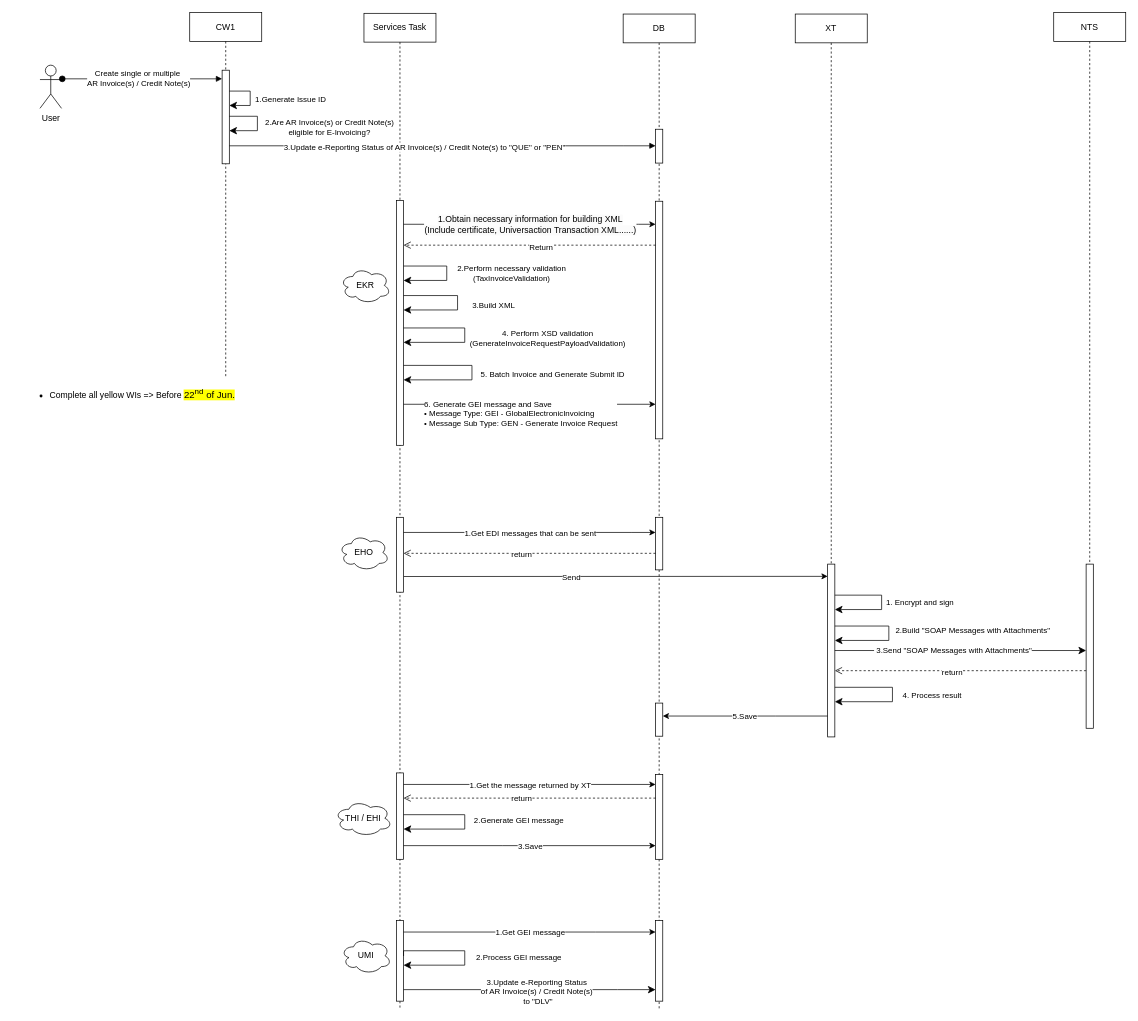
The draw.io diagram Step1.drawio in JingwenLi/MyTestProjects, before the edit. Source tidied: cells renumbered, new cells numbered last; positions are measured from the earlier drawing's top-left corner, leaving out a move shared by most shapes. Both pictures are drawn from the tidied source at 72%, with x=0, y=0 at pixel (12, 12).
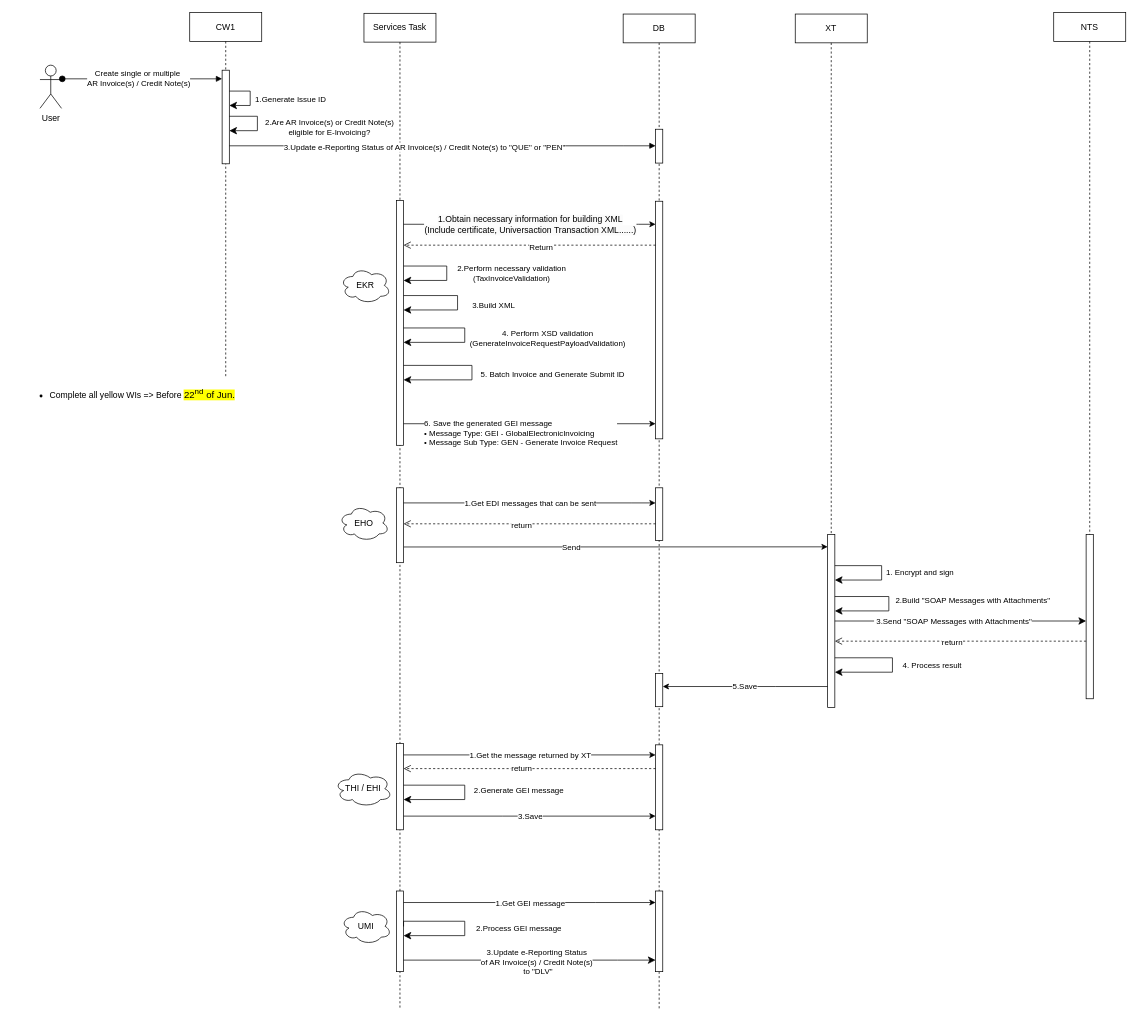
The same diagram, later.

Unchanged cells that the change refers to:
```xml
<mxCell id="4" value="Services Task" style="shape=umlLifeline;perimeter=lifelinePerimeter;whiteSpace=wrap;html=1;newEdgeStyle={&quot;edgeStyle&quot;:&quot;elbowEdgeStyle&quot;,&quot;elbow&quot;:&quot;vertical&quot;,&quot;curved&quot;:0,&quot;rounded&quot;:0};" parent="1" vertex="1">
  <mxGeometry x="488" y="1" width="100" height="1382" as="geometry" />
</mxCell>
<mxCell id="5" style="html=1;points=[];perimeter=orthogonalPerimeter;outlineConnect=0;targetShapes=umlLifeline;portConstraint=eastwest;newEdgeStyle={&quot;edgeStyle&quot;:&quot;elbowEdgeStyle&quot;,&quot;elbow&quot;:&quot;vertical&quot;,&quot;curved&quot;:0,&quot;rounded&quot;:0};" parent="4" vertex="1">
  <mxGeometry x="45" y="260" width="10" height="340" as="geometry" />
</mxCell>
<mxCell id="18" value="DB" style="shape=umlLifeline;perimeter=lifelinePerimeter;whiteSpace=wrap;html=1;newEdgeStyle={&quot;edgeStyle&quot;:&quot;elbowEdgeStyle&quot;,&quot;elbow&quot;:&quot;vertical&quot;,&quot;curved&quot;:0,&quot;rounded&quot;:0};" parent="1" vertex="1">
  <mxGeometry x="848" y="2" width="100" height="1381" as="geometry" />
</mxCell>
<mxCell id="24" style="html=1;points=[];perimeter=orthogonalPerimeter;outlineConnect=0;targetShapes=umlLifeline;portConstraint=eastwest;newEdgeStyle={&quot;edgeStyle&quot;:&quot;elbowEdgeStyle&quot;,&quot;elbow&quot;:&quot;vertical&quot;,&quot;curved&quot;:0,&quot;rounded&quot;:0};" parent="18" vertex="1">
  <mxGeometry x="45" y="260" width="10" height="330" as="geometry" />
</mxCell>
<mxCell id="25" value="NTS" style="shape=umlLifeline;perimeter=lifelinePerimeter;whiteSpace=wrap;html=1;newEdgeStyle={&quot;edgeStyle&quot;:&quot;elbowEdgeStyle&quot;,&quot;elbow&quot;:&quot;vertical&quot;,&quot;curved&quot;:0,&quot;rounded&quot;:0};" parent="1" vertex="1">
  <mxGeometry x="1446" width="100" height="830" as="geometry" />
</mxCell>
<mxCell id="27" value="XT" style="shape=umlLifeline;perimeter=lifelinePerimeter;whiteSpace=wrap;html=1;newEdgeStyle={&quot;edgeStyle&quot;:&quot;elbowEdgeStyle&quot;,&quot;elbow&quot;:&quot;vertical&quot;,&quot;curved&quot;:0,&quot;rounded&quot;:0};" parent="1" vertex="1">
  <mxGeometry x="1087" y="2" width="100" height="941" as="geometry" />
</mxCell>
```

Change to the diagram source:
```diff
@@
     <mxCell id="2" style="edgeStyle=elbowEdgeStyle;rounded=0;orthogonalLoop=1;jettySize=auto;html=1;elbow=vertical;curved=0;" parent="1" edge="1">
       <mxGeometry relative="1" as="geometry">
-        <mxPoint x="543" y="783.2" as="sourcePoint" />
-        <mxPoint x="1132" y="783.2" as="targetPoint" />
+        <mxPoint x="543" y="742.2" as="sourcePoint" />
+        <mxPoint x="1132" y="742.2" as="targetPoint" />
       </mxGeometry>
     </mxCell>
@@
     <mxCell id="6" style="html=1;points=[];perimeter=orthogonalPerimeter;outlineConnect=0;targetShapes=umlLifeline;portConstraint=eastwest;newEdgeStyle={&quot;edgeStyle&quot;:&quot;elbowEdgeStyle&quot;,&quot;elbow&quot;:&quot;vertical&quot;,&quot;curved&quot;:0,&quot;rounded&quot;:0};" parent="4" vertex="1">
-      <mxGeometry x="45" y="700" width="10" height="104" as="geometry" />
+      <mxGeometry x="45" y="659" width="10" height="104" as="geometry" />
     </mxCell>
     <mxCell id="7" style="html=1;points=[];perimeter=orthogonalPerimeter;outlineConnect=0;targetShapes=umlLifeline;portConstraint=eastwest;newEdgeStyle={&quot;edgeStyle&quot;:&quot;elbowEdgeStyle&quot;,&quot;elbow&quot;:&quot;vertical&quot;,&quot;curved&quot;:0,&quot;rounded&quot;:0};" parent="4" vertex="1">
-      <mxGeometry x="45" y="1055" width="10" height="120" as="geometry" />
+      <mxGeometry x="45" y="1014" width="10" height="120" as="geometry" />
     </mxCell>
     <mxCell id="8" style="html=1;points=[];perimeter=orthogonalPerimeter;outlineConnect=0;targetShapes=umlLifeline;portConstraint=eastwest;newEdgeStyle={&quot;edgeStyle&quot;:&quot;elbowEdgeStyle&quot;,&quot;elbow&quot;:&quot;vertical&quot;,&quot;curved&quot;:0,&quot;rounded&quot;:0};" parent="4" vertex="1">
-      <mxGeometry x="45" y="1260" width="10" height="112" as="geometry" />
+      <mxGeometry x="45" y="1219" width="10" height="112" as="geometry" />
     </mxCell>
@@
     <mxCell id="12" value="2.Process GEI message" style="edgeStyle=segmentEdgeStyle;endArrow=classic;html=1;curved=0;rounded=0;endSize=8;startSize=8;exitX=1;exitY=0.163;exitDx=0;exitDy=0;exitPerimeter=0;" parent="4" edge="1">
       <mxGeometry x="0.04" y="75" relative="1" as="geometry">
-        <mxPoint x="55" y="1309.3" as="sourcePoint" />
-        <mxPoint x="55" y="1322" as="targetPoint" />
+        <mxPoint x="55" y="1268.3" as="sourcePoint" />
+        <mxPoint x="55" y="1281" as="targetPoint" />
         <Array as="points">
-          <mxPoint x="140" y="1302" />
-          <mxPoint x="140" y="1322" />
+          <mxPoint x="140" y="1261" />
+          <mxPoint x="140" y="1281" />
         </Array>
         <mxPoint y="-1" as="offset" />
       </mxGeometry>
     </mxCell>
     <mxCell id="13" value="2.Generate GEI message" style="edgeStyle=segmentEdgeStyle;endArrow=classic;html=1;curved=0;rounded=0;endSize=8;startSize=8;" parent="4" edge="1">
       <mxGeometry x="-0.03" y="75" relative="1" as="geometry">
-        <mxPoint x="55" y="1113" as="sourcePoint" />
-        <mxPoint x="55" y="1133" as="targetPoint" />
+        <mxPoint x="55" y="1072" as="sourcePoint" />
+        <mxPoint x="55" y="1092" as="targetPoint" />
         <Array as="points">
-          <mxPoint x="140" y="1113" />
-          <mxPoint x="140" y="1133" />
+          <mxPoint x="140" y="1072" />
+          <mxPoint x="140" y="1092" />
         </Array>
         <mxPoint y="1" as="offset" />
       </mxGeometry>
     </mxCell>
@@
     <mxCell id="20" style="html=1;points=[];perimeter=orthogonalPerimeter;outlineConnect=0;targetShapes=umlLifeline;portConstraint=eastwest;newEdgeStyle={&quot;edgeStyle&quot;:&quot;elbowEdgeStyle&quot;,&quot;elbow&quot;:&quot;vertical&quot;,&quot;curved&quot;:0,&quot;rounded&quot;:0};" parent="18" vertex="1">
-      <mxGeometry x="45" y="699" width="10" height="73" as="geometry" />
+      <mxGeometry x="45" y="658" width="10" height="73" as="geometry" />
     </mxCell>
     <mxCell id="21" style="html=1;points=[];perimeter=orthogonalPerimeter;outlineConnect=0;targetShapes=umlLifeline;portConstraint=eastwest;newEdgeStyle={&quot;edgeStyle&quot;:&quot;elbowEdgeStyle&quot;,&quot;elbow&quot;:&quot;vertical&quot;,&quot;curved&quot;:0,&quot;rounded&quot;:0};" parent="18" vertex="1">
-      <mxGeometry x="45" y="1056" width="10" height="118" as="geometry" />
+      <mxGeometry x="45" y="1015" width="10" height="118" as="geometry" />
     </mxCell>
     <mxCell id="22" style="html=1;points=[];perimeter=orthogonalPerimeter;outlineConnect=0;targetShapes=umlLifeline;portConstraint=eastwest;newEdgeStyle={&quot;edgeStyle&quot;:&quot;elbowEdgeStyle&quot;,&quot;elbow&quot;:&quot;vertical&quot;,&quot;curved&quot;:0,&quot;rounded&quot;:0};" parent="18" vertex="1">
-      <mxGeometry x="45" y="1259" width="10" height="112" as="geometry" />
+      <mxGeometry x="45" y="1218" width="10" height="112" as="geometry" />
     </mxCell>
     <mxCell id="23" style="html=1;points=[];perimeter=orthogonalPerimeter;outlineConnect=0;targetShapes=umlLifeline;portConstraint=eastwest;newEdgeStyle={&quot;edgeStyle&quot;:&quot;elbowEdgeStyle&quot;,&quot;elbow&quot;:&quot;vertical&quot;,&quot;curved&quot;:0,&quot;rounded&quot;:0};" parent="18" vertex="1">
-      <mxGeometry x="45" y="957" width="10" height="46" as="geometry" />
+      <mxGeometry x="45" y="916" width="10" height="46" as="geometry" />
     </mxCell>
@@
     <mxCell id="26" style="html=1;points=[];perimeter=orthogonalPerimeter;outlineConnect=0;targetShapes=umlLifeline;portConstraint=eastwest;newEdgeStyle={&quot;edgeStyle&quot;:&quot;elbowEdgeStyle&quot;,&quot;elbow&quot;:&quot;vertical&quot;,&quot;curved&quot;:0,&quot;rounded&quot;:0};" parent="25" vertex="1">
-      <mxGeometry x="45" y="766" width="10" height="228" as="geometry" />
+      <mxGeometry x="45" y="725" width="10" height="228" as="geometry" />
     </mxCell>
@@
     <mxCell id="28" style="html=1;points=[];perimeter=orthogonalPerimeter;outlineConnect=0;targetShapes=umlLifeline;portConstraint=eastwest;newEdgeStyle={&quot;edgeStyle&quot;:&quot;elbowEdgeStyle&quot;,&quot;elbow&quot;:&quot;vertical&quot;,&quot;curved&quot;:0,&quot;rounded&quot;:0};" parent="27" vertex="1">
-      <mxGeometry x="45" y="764" width="10" height="240" as="geometry" />
+      <mxGeometry x="45" y="723" width="10" height="240" as="geometry" />
     </mxCell>
     <mxCell id="29" value="1. Encrypt and sign" style="edgeStyle=segmentEdgeStyle;endArrow=classic;html=1;curved=0;rounded=0;endSize=8;startSize=8;" parent="27" edge="1">
       <mxGeometry y="53" relative="1" as="geometry">
-        <mxPoint x="55" y="807.1" as="sourcePoint" />
-        <mxPoint x="55" y="827.1" as="targetPoint" />
+        <mxPoint x="55" y="766.1" as="sourcePoint" />
+        <mxPoint x="55" y="786.1" as="targetPoint" />
         <Array as="points">
-          <mxPoint x="120" y="807" />
-          <mxPoint x="120" y="827" />
+          <mxPoint x="120" y="766" />
+          <mxPoint x="120" y="786" />
         </Array>
       </mxGeometry>
     </mxCell>
     <mxCell id="30" value="&amp;nbsp;2.Build &quot;SOAP Messages with&amp;nbsp;Attachments&quot;" style="edgeStyle=segmentEdgeStyle;endArrow=classic;html=1;curved=0;rounded=0;endSize=8;startSize=8;" parent="27" edge="1">
       <mxGeometry x="-0.05" y="115" relative="1" as="geometry">
-        <mxPoint x="55" y="850" as="sourcePoint" />
-        <mxPoint x="55" y="870" as="targetPoint" />
+        <mxPoint x="55" y="809" as="sourcePoint" />
+        <mxPoint x="55" y="829" as="targetPoint" />
         <Array as="points">
-          <mxPoint x="130" y="850" />
-          <mxPoint x="130" y="870" />
+          <mxPoint x="130" y="809" />
+          <mxPoint x="130" y="829" />
         </Array>
       </mxGeometry>
     </mxCell>
     <mxCell id="31" value="4. Process result" style="edgeStyle=segmentEdgeStyle;endArrow=classic;html=1;curved=0;rounded=0;endSize=8;startSize=8;" parent="27" edge="1">
       <mxGeometry x="0.01" y="55" relative="1" as="geometry">
-        <mxPoint x="55" y="935.1" as="sourcePoint" />
-        <mxPoint x="55" y="955.1" as="targetPoint" />
+        <mxPoint x="55" y="894.1" as="sourcePoint" />
+        <mxPoint x="55" y="914.1" as="targetPoint" />
         <Array as="points">
-          <mxPoint x="135" y="935" />
-          <mxPoint x="135" y="955" />
+          <mxPoint x="135" y="894" />
+          <mxPoint x="135" y="914" />
         </Array>
       </mxGeometry>
     </mxCell>
@@
-    <mxCell id="36" style="edgeStyle=elbowEdgeStyle;rounded=0;orthogonalLoop=1;jettySize=auto;html=1;elbow=vertical;curved=0;" parent="1" edge="1">
+    <mxCell id="36" style="edgeStyle=elbowEdgeStyle;rounded=0;jettySize=auto;html=1;elbow=vertical;curved=0;" parent="1" edge="1" source="5" target="24">
       <mxGeometry relative="1" as="geometry">
-        <mxPoint x="543" y="544" as="sourcePoint" />
-        <mxPoint x="893" y="544" as="targetPoint" />
         <Array as="points">
-          <mxPoint x="779" y="544" />
-          <mxPoint x="829" y="582" />
-          <mxPoint x="789" y="562" />
-          <mxPoint x="829" y="582" />
-          <mxPoint x="849" y="492" />
-          <mxPoint x="829" y="512" />
-          <mxPoint x="864" y="452" />
-          <mxPoint x="824" y="442" />
-          <mxPoint x="624" y="392" />
-          <mxPoint x="654" y="382" />
+          <mxPoint x="779" y="571" />
+          <mxPoint x="829" y="609" />
+          <mxPoint x="789" y="589" />
+          <mxPoint x="829" y="609" />
+          <mxPoint x="849" y="519" />
+          <mxPoint x="829" y="539" />
+          <mxPoint x="864" y="479" />
+          <mxPoint x="824" y="469" />
+          <mxPoint x="624" y="419" />
+          <mxPoint x="654" y="409" />
         </Array>
       </mxGeometry>
     </mxCell>
-    <mxCell id="37" value="&lt;div&gt;6. Generate GEI message and Save&lt;/div&gt;&lt;div&gt;• Message Type: GEI - GlobalElectronicInvoicing&lt;/div&gt;&lt;div&gt;• Message Sub Type: GEN - Generate Invoice Request&lt;/div&gt;" style="edgeLabel;html=1;align=left;verticalAlign=middle;" parent="36" vertex="1">
+    <mxCell id="37" value="&lt;div&gt;6. Save the generated GEI message&lt;/div&gt;&lt;div&gt;• Message Type: GEI - GlobalElectronicInvoicing&lt;/div&gt;&lt;div&gt;• Message Sub Type: GEN - Generate Invoice Request&lt;/div&gt;" style="edgeLabel;html=1;align=left;verticalAlign=middle;" parent="36" vertex="1">
       <mxGeometry x="-0.04" y="1" relative="1" as="geometry">
         <mxPoint x="-141" y="13" as="offset" />
       </mxGeometry>
     </mxCell>
@@
     <mxCell id="39" value="EHO" style="ellipse;shape=cloud;whiteSpace=wrap;html=1;" parent="1" vertex="1">
-      <mxGeometry x="453" y="725" width="70" height="50" as="geometry" />
+      <mxGeometry x="453" y="684" width="70" height="50" as="geometry" />
     </mxCell>
     <mxCell id="40" value="THI / EHI" style="ellipse;shape=cloud;whiteSpace=wrap;html=1;" parent="1" vertex="1">
-      <mxGeometry x="447" y="1094" width="80" height="50" as="geometry" />
+      <mxGeometry x="447" y="1053" width="80" height="50" as="geometry" />
     </mxCell>
     <mxCell id="41" value="UMI" style="ellipse;shape=cloud;whiteSpace=wrap;html=1;" parent="1" vertex="1">
-      <mxGeometry x="456" y="1285" width="70" height="50" as="geometry" />
+      <mxGeometry x="456" y="1244" width="70" height="50" as="geometry" />
     </mxCell>
@@
     <mxCell id="46" style="edgeStyle=elbowEdgeStyle;rounded=0;jettySize=auto;html=1;elbow=vertical;curved=0;" parent="1" edge="1" source="6" target="20">
       <mxGeometry x="0.12" y="10" relative="1" as="geometry">
         <Array as="points">
-          <mxPoint x="859" y="722" />
+          <mxPoint x="859" y="681" />
         </Array>
       </mxGeometry>
     </mxCell>
@@
     <mxCell id="50" style="html=1;verticalAlign=bottom;endArrow=open;dashed=1;endSize=8;edgeStyle=elbowEdgeStyle;elbow=vertical;curved=0;rounded=0;" parent="1" edge="1" source="20" target="6">
       <mxGeometry x="-0.11" y="-15" relative="1" as="geometry">
         <Array as="points">
-          <mxPoint x="810" y="751" />
-          <mxPoint x="900" y="815" />
+          <mxPoint x="810" y="710" />
+          <mxPoint x="900" y="774" />
         </Array>
       </mxGeometry>
     </mxCell>
@@
     <mxCell id="52" style="edgeStyle=elbowEdgeStyle;rounded=0;jettySize=auto;html=1;elbow=vertical;curved=0;" parent="1" edge="1" source="7" target="21">
       <mxGeometry x="0.12" y="10" relative="1" as="geometry">
         <Array as="points">
-          <mxPoint x="729" y="1072" />
+          <mxPoint x="729" y="1031" />
         </Array>
       </mxGeometry>
     </mxCell>
@@
     <mxCell id="54" style="html=1;verticalAlign=bottom;endArrow=open;dashed=1;endSize=8;edgeStyle=elbowEdgeStyle;elbow=vertical;curved=0;rounded=0;" parent="1" edge="1" source="26" target="28">
       <mxGeometry x="-0.11" y="-15" relative="1" as="geometry">
         <Array as="points">
-          <mxPoint x="1319" y="914" />
+          <mxPoint x="1319" y="873" />
         </Array>
       </mxGeometry>
     </mxCell>
@@
     <mxCell id="57" value="5.Save" style="edgeStyle=elbowEdgeStyle;rounded=0;jettySize=auto;html=1;elbow=vertical;curved=0;" parent="1" edge="1" source="28" target="23">
       <mxGeometry relative="1" as="geometry">
         <Array as="points">
-          <mxPoint x="1060" y="977" />
-          <mxPoint x="1039" y="1042" />
+          <mxPoint x="1060" y="936" />
+          <mxPoint x="1039" y="1001" />
         </Array>
       </mxGeometry>
     </mxCell>
     <mxCell id="58" style="html=1;verticalAlign=bottom;endArrow=open;dashed=1;endSize=8;edgeStyle=elbowEdgeStyle;elbow=vertical;curved=0;rounded=0;" parent="1" edge="1" source="21" target="7">
       <mxGeometry x="-0.11" y="-15" relative="1" as="geometry">
         <Array as="points">
-          <mxPoint x="839" y="1091" />
-          <mxPoint x="899" y="1081" />
+          <mxPoint x="839" y="1050" />
+          <mxPoint x="899" y="1040" />
         </Array>
       </mxGeometry>
     </mxCell>
@@
     <mxCell id="60" style="edgeStyle=segmentEdgeStyle;endArrow=classic;html=1;curved=0;rounded=0;endSize=8;startSize=8;" parent="1" edge="1" source="8" target="22">
       <mxGeometry x="-0.08" y="-3" relative="1" as="geometry">
         <Array as="points">
-          <mxPoint x="840" y="1357" />
-          <mxPoint x="840" y="1357" />
+          <mxPoint x="840" y="1316" />
+          <mxPoint x="840" y="1316" />
         </Array>
       </mxGeometry>
     </mxCell>
@@
     <mxCell id="62" style="edgeStyle=elbowEdgeStyle;rounded=0;jettySize=auto;html=1;elbow=vertical;curved=0;" parent="1" edge="1" source="8" target="22">
       <mxGeometry x="0.12" y="10" relative="1" as="geometry">
         <Array as="points">
-          <mxPoint x="810" y="1277" />
-          <mxPoint x="748" y="1165.4" />
+          <mxPoint x="810" y="1236" />
+          <mxPoint x="748" y="1124.4" />
         </Array>
       </mxGeometry>
     </mxCell>
@@
     <mxCell id="64" style="edgeStyle=elbowEdgeStyle;rounded=0;jettySize=auto;html=1;elbow=vertical;curved=0;" parent="1" edge="1" source="7" target="21">
       <mxGeometry x="0.12" y="10" relative="1" as="geometry">
         <Array as="points">
-          <mxPoint x="680" y="1157" />
-          <mxPoint x="609" y="1207" />
-          <mxPoint x="549" y="1207" />
+          <mxPoint x="680" y="1116" />
+          <mxPoint x="609" y="1166" />
+          <mxPoint x="549" y="1166" />
         </Array>
       </mxGeometry>
     </mxCell>
```
